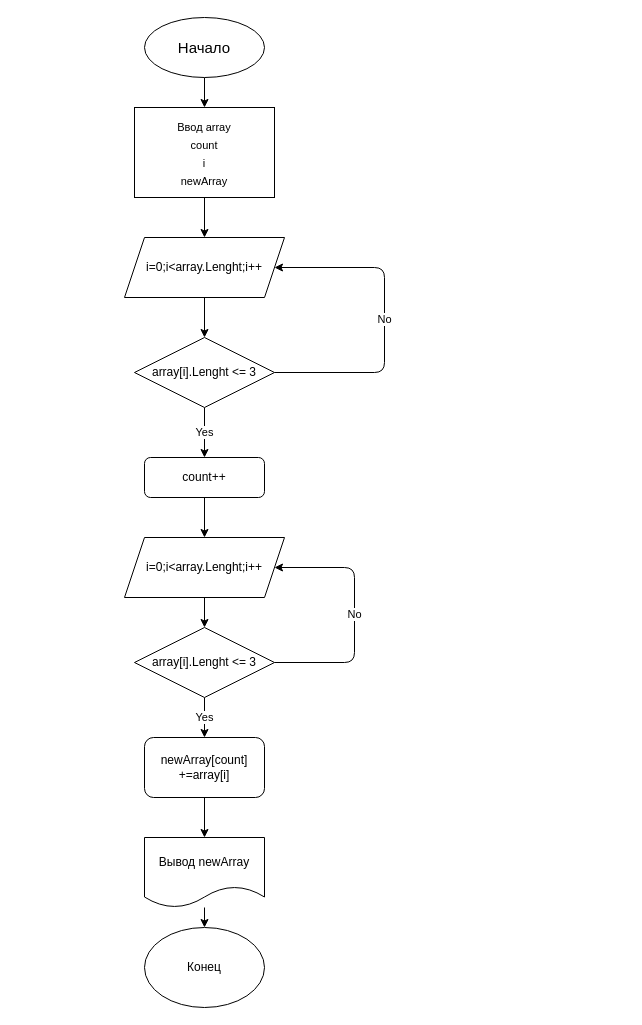
The draw.io diagram Diagram/TestDiagram.drawio in Kirkleve/Test, before the edit. Source tidied: cells renumbered, new cells numbered last; positions are measured from the earlier drawing's top-left corner, leaving out a move shared by most shapes. Both pictures are drawn from the tidied source at 100%, with x=0, y=0 at pixel (124, 17).
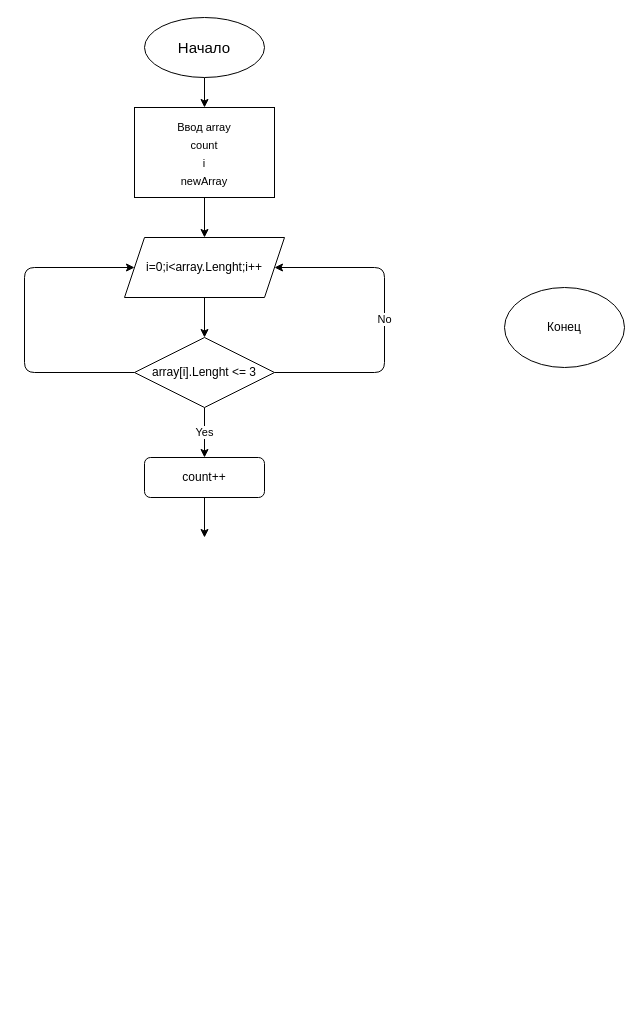
Above is the later version.

Commit message (it also covers changes not shown here):
All task complite

Unchanged cells that the change refers to:
```xml
<mxCell id="9" value="i=0;i&amp;lt;array.Lenght;i++" style="shape=parallelogram;perimeter=parallelogramPerimeter;whiteSpace=wrap;html=1;fixedSize=1;" parent="1" vertex="1">
  <mxGeometry y="220" width="160" height="60" as="geometry" />
</mxCell>
<mxCell id="12" value="array[i].Lenght &amp;lt;= 3" style="rhombus;whiteSpace=wrap;html=1;" parent="1" vertex="1">
  <mxGeometry x="10" y="320" width="140" height="70" as="geometry" />
</mxCell>
```

The edit, as a diff of the source:
```diff
@@
+    <mxCell id="23" style="edgeStyle=none;html=1;entryX=0;entryY=0.5;entryDx=0;entryDy=0;" parent="1" edge="1" source="12" target="9">
+      <mxGeometry relative="1" as="geometry">
+        <Array as="points">
+          <mxPoint x="-100" y="355" />
+          <mxPoint x="-100" y="250" />
+        </Array>
+      </mxGeometry>
+    </mxCell>
@@
-    <mxCell id="13" style="edgeStyle=none;html=1;entryX=0.5;entryY=0;entryDx=0;entryDy=0;fontFamily=Helvetica;" parent="1" edge="1" source="14" target="17">
-      <mxGeometry relative="1" as="geometry" />
-    </mxCell>
-    <mxCell id="14" value="i=0;i&amp;lt;array.Lenght;i++" style="shape=parallelogram;perimeter=parallelogramPerimeter;whiteSpace=wrap;html=1;fixedSize=1;" parent="1" vertex="1">
-      <mxGeometry y="520" width="160" height="60" as="geometry" />
-    </mxCell>
-    <mxCell id="15" value="Yes" style="edgeStyle=none;html=1;entryX=0.5;entryY=0;entryDx=0;entryDy=0;fontFamily=Helvetica;" parent="1" edge="1" source="17" target="19">
-      <mxGeometry relative="1" as="geometry" />
-    </mxCell>
-    <mxCell id="16" value="No" style="edgeStyle=none;html=1;entryX=1;entryY=0.5;entryDx=0;entryDy=0;fontFamily=Helvetica;" parent="1" edge="1" source="17" target="14">
-      <mxGeometry relative="1" as="geometry">
-        <Array as="points">
-          <mxPoint x="230" y="645" />
-          <mxPoint x="230" y="550" />
-        </Array>
-      </mxGeometry>
-    </mxCell>
-    <mxCell id="17" value="array[i].Lenght &amp;lt;= 3" style="rhombus;whiteSpace=wrap;html=1;" parent="1" vertex="1">
-      <mxGeometry x="10" y="610" width="140" height="70" as="geometry" />
-    </mxCell>
-    <mxCell id="18" style="edgeStyle=none;html=1;fontFamily=Helvetica;" parent="1" edge="1" source="19">
-      <mxGeometry relative="1" as="geometry">
-        <mxPoint x="80" y="820" as="targetPoint" />
-      </mxGeometry>
-    </mxCell>
-    <mxCell id="19" value="newArray[count] +=array[i]" style="rounded=1;whiteSpace=wrap;html=1;fontFamily=Helvetica;" parent="1" vertex="1">
-      <mxGeometry x="20" y="720" width="120" height="60" as="geometry" />
-    </mxCell>
-    <mxCell id="20" style="edgeStyle=none;html=1;entryX=0.5;entryY=0;entryDx=0;entryDy=0;fontFamily=Helvetica;" parent="1" edge="1" source="21" target="22">
-      <mxGeometry relative="1" as="geometry" />
-    </mxCell>
-    <mxCell id="21" value="&lt;span&gt;Вывод newArray&lt;/span&gt;" style="shape=document;whiteSpace=wrap;html=1;boundedLbl=1;fontFamily=Helvetica;" parent="1" vertex="1">
-      <mxGeometry x="20" y="820" width="120" height="70" as="geometry" />
-    </mxCell>
     <mxCell id="22" value="Конец" style="ellipse;whiteSpace=wrap;html=1;fontFamily=Helvetica;" parent="1" vertex="1">
-      <mxGeometry x="20" y="910" width="120" height="80" as="geometry" />
+      <mxGeometry x="380" y="270" width="120" height="80" as="geometry" />
     </mxCell>
```
